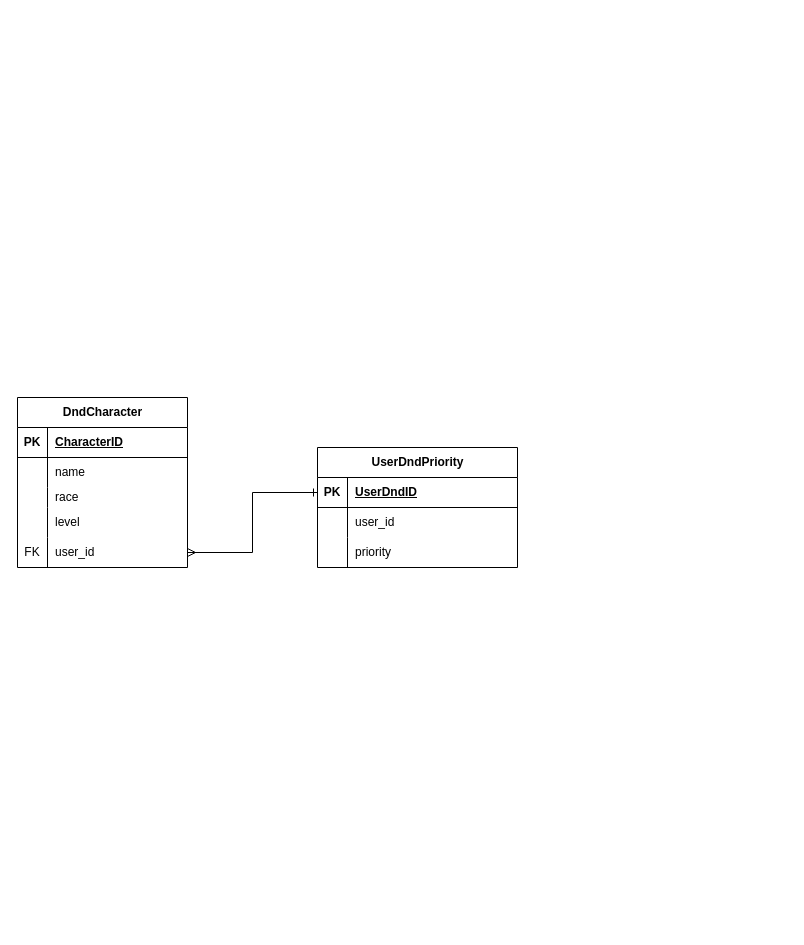
This is venv/Scripts/Тест.drawio from GooDDoGGoD/blog, a draw.io file, before an edit. Source tidied: cells renumbered, new cells numbered last; positions are measured from the earlier drawing's top-left corner, leaving out a move shared by most shapes. Both pictures are drawn from the tidied source at 100%, with x=0, y=0 at pixel (17, 397).
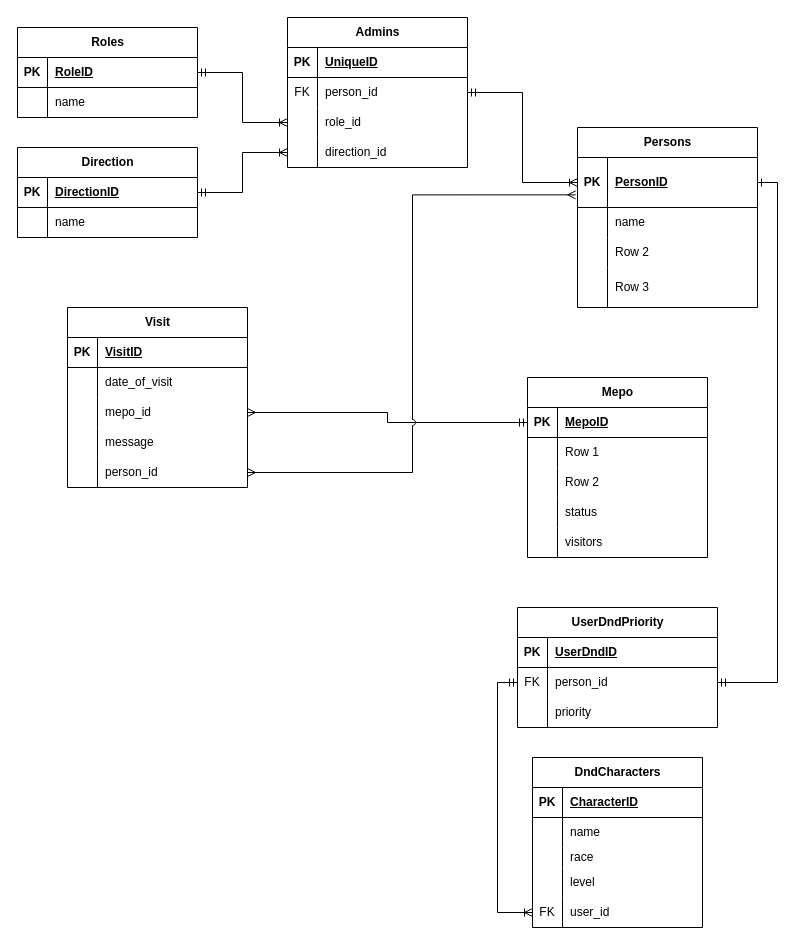
Above is the later version.

Unchanged cells that the change refers to:
```xml
<mxCell id="3" style="shape=tableRow;horizontal=0;startSize=0;swimlaneHead=0;swimlaneBody=0;fillColor=none;points=[[0,0.5],[1,0.5]];portConstraint=eastwest;top=0;left=0;right=0;bottom=1;" parent="2" vertex="1">
  <mxGeometry y="30" width="200" height="30" as="geometry" />
</mxCell>
<mxCell id="6" style="shape=tableRow;horizontal=0;startSize=0;swimlaneHead=0;swimlaneBody=0;fillColor=none;points=[[0,0.5],[1,0.5]];portConstraint=eastwest;top=0;left=0;right=0;bottom=0;" parent="2" vertex="1">
  <mxGeometry y="60" width="200" height="30" as="geometry" />
</mxCell>
<mxCell id="25" style="shape=tableRow;horizontal=0;startSize=0;swimlaneHead=0;swimlaneBody=0;fillColor=none;points=[[0,0.5],[1,0.5]];portConstraint=eastwest;top=0;left=0;right=0;bottom=0;" parent="12" vertex="1">
  <mxGeometry y="140" width="170" height="30" as="geometry" />
</mxCell>
```

The edit, as a diff of the source:
```diff
@@
     <mxCell id="2" value="UserDndPriority" style="shape=table;startSize=30;childLayout=tableLayout;rowLines=0;fontStyle=1;align=center;html=1;" parent="1" vertex="1">
-      <mxGeometry x="300" y="50" width="200" height="120" as="geometry" />
+      <mxGeometry x="500" y="210" width="200" height="120" as="geometry" />
     </mxCell>
@@
-    <mxCell id="7" style="shape=partialRectangle;fillColor=none;top=0;left=0;bottom=0;right=0;overflow=hidden;whiteSpace=wrap;html=1;" parent="6" vertex="1">
+    <mxCell id="7" value="FK" style="shape=partialRectangle;fillColor=none;top=0;left=0;bottom=0;right=0;overflow=hidden;whiteSpace=wrap;html=1;" parent="6" vertex="1">
       <mxGeometry width="30" height="30" as="geometry" />
     </mxCell>
-    <mxCell id="8" value="user_id" style="shape=partialRectangle;fillColor=none;top=0;left=0;bottom=0;right=0;align=left;spacingLeft=6;overflow=hidden;whiteSpace=wrap;html=1;" parent="6" vertex="1">
+    <mxCell id="8" value="person_id" style="shape=partialRectangle;fillColor=none;top=0;left=0;bottom=0;right=0;align=left;spacingLeft=6;overflow=hidden;whiteSpace=wrap;html=1;" parent="6" vertex="1">
       <mxGeometry x="30" width="170" height="30" as="geometry" />
     </mxCell>
@@
-    <mxCell id="12" value="DndCharacter" style="shape=table;startSize=30;childLayout=tableLayout;rowLines=0;fontStyle=1;align=center;html=1;" parent="1" vertex="1">
-      <mxGeometry width="170" height="170" as="geometry" />
+    <mxCell id="12" value="DndCharacters" style="shape=table;startSize=30;childLayout=tableLayout;rowLines=0;fontStyle=1;align=center;html=1;" parent="1" vertex="1">
+      <mxGeometry x="515" y="360" width="170" height="170" as="geometry" />
     </mxCell>
@@
-    <mxCell id="28" style="rounded=0;jettySize=auto;html=1;exitX=1;exitY=0.5;exitDx=0;exitDy=0;entryX=0;entryY=0.5;entryDx=0;entryDy=0;endArrow=ERone;endFill=0;edgeStyle=orthogonalEdgeStyle;jumpStyle=arc;startArrow=ERmany;startFill=0;" parent="1" edge="1" source="25" target="3">
-      <mxGeometry relative="1" as="geometry" />
-    </mxCell>
+    <mxCell id="29" value="Persons" style="shape=table;startSize=30;childLayout=tableLayout;rowLines=0;fontStyle=1;align=center;html=1;" parent="1" vertex="1">
+      <mxGeometry x="560" y="-270" width="180" height="180" as="geometry" />
+    </mxCell>
+    <mxCell id="30" style="shape=tableRow;horizontal=0;startSize=0;swimlaneHead=0;swimlaneBody=0;fillColor=none;points=[[0,0.5],[1,0.5]];portConstraint=eastwest;top=0;left=0;right=0;bottom=1;" parent="29" vertex="1">
+      <mxGeometry y="30" width="180" height="50" as="geometry" />
+    </mxCell>
+    <mxCell id="31" value="PK" style="shape=partialRectangle;fillColor=none;top=0;left=0;bottom=0;right=0;fontStyle=1;overflow=hidden;whiteSpace=wrap;html=1;" parent="30" vertex="1">
+      <mxGeometry width="30" height="50" as="geometry" />
+    </mxCell>
+    <mxCell id="32" value="PersonID" style="shape=partialRectangle;fillColor=none;top=0;left=0;bottom=0;right=0;align=left;spacingLeft=6;fontStyle=5;overflow=hidden;whiteSpace=wrap;html=1;" parent="30" vertex="1">
+      <mxGeometry x="30" width="150" height="50" as="geometry" />
+    </mxCell>
+    <mxCell id="33" style="shape=tableRow;horizontal=0;startSize=0;swimlaneHead=0;swimlaneBody=0;fillColor=none;top=0;left=0;right=0;bottom=0;" parent="29" vertex="1">
+      <mxGeometry y="80" width="180" height="30" as="geometry" />
+    </mxCell>
+    <mxCell id="34" style="shape=partialRectangle;fillColor=none;top=0;left=0;bottom=0;right=0;overflow=hidden;whiteSpace=wrap;html=1;" parent="33" vertex="1">
+      <mxGeometry width="30" height="30" as="geometry" />
+    </mxCell>
+    <mxCell id="35" value="name" style="shape=partialRectangle;fillColor=none;top=0;left=0;bottom=0;right=0;align=left;spacingLeft=6;overflow=hidden;whiteSpace=wrap;html=1;" parent="33" vertex="1">
+      <mxGeometry x="30" width="150" height="30" as="geometry" />
+    </mxCell>
+    <mxCell id="36" style="shape=tableRow;horizontal=0;startSize=0;swimlaneHead=0;swimlaneBody=0;fillColor=none;top=0;left=0;right=0;bottom=0;" parent="29" vertex="1">
+      <mxGeometry y="110" width="180" height="30" as="geometry" />
+    </mxCell>
+    <mxCell id="37" style="shape=partialRectangle;fillColor=none;top=0;left=0;bottom=0;right=0;overflow=hidden;whiteSpace=wrap;html=1;" parent="36" vertex="1">
+      <mxGeometry width="30" height="30" as="geometry" />
+    </mxCell>
+    <mxCell id="38" value="Row 2" style="shape=partialRectangle;fillColor=none;top=0;left=0;bottom=0;right=0;align=left;spacingLeft=6;overflow=hidden;whiteSpace=wrap;html=1;" parent="36" vertex="1">
+      <mxGeometry x="30" width="150" height="30" as="geometry" />
+    </mxCell>
+    <mxCell id="39" style="shape=tableRow;horizontal=0;startSize=0;swimlaneHead=0;swimlaneBody=0;fillColor=none;top=0;left=0;right=0;bottom=0;" parent="29" vertex="1">
+      <mxGeometry y="140" width="180" height="40" as="geometry" />
+    </mxCell>
+    <mxCell id="40" style="shape=partialRectangle;fillColor=none;top=0;left=0;bottom=0;right=0;overflow=hidden;whiteSpace=wrap;html=1;" parent="39" vertex="1">
+      <mxGeometry width="30" height="40" as="geometry" />
+    </mxCell>
+    <mxCell id="41" value="Row 3" style="shape=partialRectangle;fillColor=none;top=0;left=0;bottom=0;right=0;align=left;spacingLeft=6;overflow=hidden;whiteSpace=wrap;html=1;" parent="39" vertex="1">
+      <mxGeometry x="30" width="150" height="40" as="geometry" />
+    </mxCell>
+    <mxCell id="42" value="Roles" style="shape=table;startSize=30;childLayout=tableLayout;rowLines=0;fontStyle=1;align=center;html=1;" parent="1" vertex="1">
+      <mxGeometry y="-370" width="180" height="90" as="geometry" />
+    </mxCell>
+    <mxCell id="43" style="shape=tableRow;horizontal=0;startSize=0;swimlaneHead=0;swimlaneBody=0;fillColor=none;points=[[0,0.5],[1,0.5]];portConstraint=eastwest;top=0;left=0;right=0;bottom=1;" parent="42" vertex="1">
+      <mxGeometry y="30" width="180" height="30" as="geometry" />
+    </mxCell>
+    <mxCell id="44" value="PK" style="shape=partialRectangle;fillColor=none;top=0;left=0;bottom=0;right=0;fontStyle=1;overflow=hidden;whiteSpace=wrap;html=1;" parent="43" vertex="1">
+      <mxGeometry width="30" height="30" as="geometry" />
+    </mxCell>
+    <mxCell id="45" value="RoleID" style="shape=partialRectangle;fillColor=none;top=0;left=0;bottom=0;right=0;align=left;spacingLeft=6;fontStyle=5;overflow=hidden;whiteSpace=wrap;html=1;" parent="43" vertex="1">
+      <mxGeometry x="30" width="150" height="30" as="geometry" />
+    </mxCell>
+    <mxCell id="46" style="shape=tableRow;horizontal=0;startSize=0;swimlaneHead=0;swimlaneBody=0;fillColor=none;top=0;left=0;right=0;bottom=0;" parent="42" vertex="1">
+      <mxGeometry y="60" width="180" height="30" as="geometry" />
+    </mxCell>
+    <mxCell id="47" style="shape=partialRectangle;fillColor=none;top=0;left=0;bottom=0;right=0;overflow=hidden;whiteSpace=wrap;html=1;" parent="46" vertex="1">
+      <mxGeometry width="30" height="30" as="geometry" />
+    </mxCell>
+    <mxCell id="48" value="name" style="shape=partialRectangle;fillColor=none;top=0;left=0;bottom=0;right=0;align=left;spacingLeft=6;overflow=hidden;whiteSpace=wrap;html=1;" parent="46" vertex="1">
+      <mxGeometry x="30" width="150" height="30" as="geometry" />
+    </mxCell>
+    <mxCell id="49" value="Admins" style="shape=table;startSize=30;childLayout=tableLayout;rowLines=0;fontStyle=1;align=center;html=1;" parent="1" vertex="1">
+      <mxGeometry x="270" y="-380" width="180" height="150" as="geometry" />
+    </mxCell>
+    <mxCell id="50" style="shape=tableRow;horizontal=0;startSize=0;swimlaneHead=0;swimlaneBody=0;fillColor=none;top=0;left=0;right=0;bottom=1;" parent="49" vertex="1">
+      <mxGeometry y="30" width="180" height="30" as="geometry" />
+    </mxCell>
+    <mxCell id="51" value="PK" style="shape=partialRectangle;fillColor=none;top=0;left=0;bottom=0;right=0;fontStyle=1;overflow=hidden;whiteSpace=wrap;html=1;" parent="50" vertex="1">
+      <mxGeometry width="30" height="30" as="geometry" />
+    </mxCell>
+    <mxCell id="52" value="UniqueID" style="shape=partialRectangle;fillColor=none;top=0;left=0;bottom=0;right=0;align=left;spacingLeft=6;fontStyle=5;overflow=hidden;whiteSpace=wrap;html=1;" parent="50" vertex="1">
+      <mxGeometry x="30" width="150" height="30" as="geometry" />
+    </mxCell>
+    <mxCell id="53" style="shape=tableRow;horizontal=0;startSize=0;swimlaneHead=0;swimlaneBody=0;fillColor=none;points=[[0,0.5],[1,0.5]];portConstraint=eastwest;top=0;left=0;right=0;bottom=0;" parent="49" vertex="1">
+      <mxGeometry y="60" width="180" height="30" as="geometry" />
+    </mxCell>
+    <mxCell id="54" value="FK" style="shape=partialRectangle;fillColor=none;top=0;left=0;bottom=0;right=0;overflow=hidden;whiteSpace=wrap;html=1;" parent="53" vertex="1">
+      <mxGeometry width="30" height="30" as="geometry" />
+    </mxCell>
+    <mxCell id="55" value="person_id" style="shape=partialRectangle;fillColor=none;top=0;left=0;bottom=0;right=0;align=left;spacingLeft=6;overflow=hidden;whiteSpace=wrap;html=1;" parent="53" vertex="1">
+      <mxGeometry x="30" width="150" height="30" as="geometry" />
+    </mxCell>
+    <mxCell id="56" style="shape=tableRow;horizontal=0;startSize=0;swimlaneHead=0;swimlaneBody=0;fillColor=none;points=[[0,0.5],[1,0.5]];portConstraint=eastwest;top=0;left=0;right=0;bottom=0;" parent="49" vertex="1">
+      <mxGeometry y="90" width="180" height="30" as="geometry" />
+    </mxCell>
+    <mxCell id="57" style="shape=partialRectangle;fillColor=none;top=0;left=0;bottom=0;right=0;overflow=hidden;whiteSpace=wrap;html=1;" parent="56" vertex="1">
+      <mxGeometry width="30" height="30" as="geometry" />
+    </mxCell>
+    <mxCell id="58" value="role_id" style="shape=partialRectangle;fillColor=none;top=0;left=0;bottom=0;right=0;align=left;spacingLeft=6;overflow=hidden;whiteSpace=wrap;html=1;" parent="56" vertex="1">
+      <mxGeometry x="30" width="150" height="30" as="geometry" />
+    </mxCell>
+    <mxCell id="59" style="shape=tableRow;horizontal=0;startSize=0;swimlaneHead=0;swimlaneBody=0;fillColor=none;points=[[0,0.5],[1,0.5]];portConstraint=eastwest;top=0;left=0;right=0;bottom=0;" parent="49" vertex="1">
+      <mxGeometry y="120" width="180" height="30" as="geometry" />
+    </mxCell>
+    <mxCell id="60" style="shape=partialRectangle;fillColor=none;top=0;left=0;bottom=0;right=0;overflow=hidden;whiteSpace=wrap;html=1;" parent="59" vertex="1">
+      <mxGeometry width="30" height="30" as="geometry" />
+    </mxCell>
+    <mxCell id="61" value="direction_id" style="shape=partialRectangle;fillColor=none;top=0;left=0;bottom=0;right=0;align=left;spacingLeft=6;overflow=hidden;whiteSpace=wrap;html=1;" parent="59" vertex="1">
+      <mxGeometry x="30" width="150" height="30" as="geometry" />
+    </mxCell>
+    <mxCell id="62" value="Direction" style="shape=table;startSize=30;childLayout=tableLayout;rowLines=0;fontStyle=1;align=center;html=1;" parent="1" vertex="1">
+      <mxGeometry y="-250" width="180" height="90" as="geometry" />
+    </mxCell>
+    <mxCell id="63" style="shape=tableRow;horizontal=0;startSize=0;swimlaneHead=0;swimlaneBody=0;fillColor=none;points=[[0,0.5],[1,0.5]];portConstraint=eastwest;top=0;left=0;right=0;bottom=1;" parent="62" vertex="1">
+      <mxGeometry y="30" width="180" height="30" as="geometry" />
+    </mxCell>
+    <mxCell id="64" value="PK" style="shape=partialRectangle;fillColor=none;top=0;left=0;bottom=0;right=0;fontStyle=1;overflow=hidden;whiteSpace=wrap;html=1;" parent="63" vertex="1">
+      <mxGeometry width="30" height="30" as="geometry" />
+    </mxCell>
+    <mxCell id="65" value="DirectionID" style="shape=partialRectangle;fillColor=none;top=0;left=0;bottom=0;right=0;align=left;spacingLeft=6;fontStyle=5;overflow=hidden;whiteSpace=wrap;html=1;" parent="63" vertex="1">
+      <mxGeometry x="30" width="150" height="30" as="geometry" />
+    </mxCell>
+    <mxCell id="66" style="shape=tableRow;horizontal=0;startSize=0;swimlaneHead=0;swimlaneBody=0;fillColor=none;top=0;left=0;right=0;bottom=0;" parent="62" vertex="1">
+      <mxGeometry y="60" width="180" height="30" as="geometry" />
+    </mxCell>
+    <mxCell id="67" style="shape=partialRectangle;fillColor=none;top=0;left=0;bottom=0;right=0;overflow=hidden;whiteSpace=wrap;html=1;" parent="66" vertex="1">
+      <mxGeometry width="30" height="30" as="geometry" />
+    </mxCell>
+    <mxCell id="68" value="name" style="shape=partialRectangle;fillColor=none;top=0;left=0;bottom=0;right=0;align=left;spacingLeft=6;overflow=hidden;whiteSpace=wrap;html=1;" parent="66" vertex="1">
+      <mxGeometry x="30" width="150" height="30" as="geometry" />
+    </mxCell>
+    <mxCell id="69" style="edgeStyle=orthogonalEdgeStyle;rounded=0;jettySize=auto;html=1;exitX=1;exitY=0.5;exitDx=0;exitDy=0;entryX=0;entryY=0.5;entryDx=0;entryDy=0;endArrow=ERoneToMany;endFill=0;startArrow=ERmandOne;startFill=0;verticalAlign=middle;jumpStyle=arc;" parent="1" edge="1" source="53" target="30">
+      <mxGeometry relative="1" as="geometry" />
+    </mxCell>
+    <mxCell id="70" style="edgeStyle=orthogonalEdgeStyle;rounded=0;jettySize=auto;html=1;exitX=1;exitY=0.5;exitDx=0;exitDy=0;entryX=0;entryY=0.5;entryDx=0;entryDy=0;endArrow=ERoneToMany;endFill=0;startArrow=ERmandOne;startFill=0;" parent="1" edge="1" source="63" target="59">
+      <mxGeometry relative="1" as="geometry" />
+    </mxCell>
+    <mxCell id="71" style="edgeStyle=orthogonalEdgeStyle;rounded=0;jettySize=auto;html=1;exitX=1;exitY=0.5;exitDx=0;exitDy=0;endArrow=ERoneToMany;endFill=0;startArrow=ERmandOne;startFill=0;" parent="1" edge="1" source="43" target="56">
+      <mxGeometry relative="1" as="geometry" />
+    </mxCell>
+    <mxCell id="72" style="edgeStyle=orthogonalEdgeStyle;rounded=0;jettySize=auto;html=1;exitX=1;exitY=0.5;exitDx=0;exitDy=0;startArrow=ERmandOne;startFill=0;endArrow=ERone;endFill=0;entryX=1;entryY=0.5;entryDx=0;entryDy=0;" parent="1" edge="1" source="6" target="30">
+      <mxGeometry relative="1" as="geometry" />
+    </mxCell>
+    <mxCell id="73" value="Visit" style="shape=table;startSize=30;childLayout=tableLayout;rowLines=0;fontStyle=1;align=center;html=1;" parent="1" vertex="1">
+      <mxGeometry x="50" y="-90" width="180" height="180" as="geometry" />
+    </mxCell>
+    <mxCell id="74" style="shape=tableRow;horizontal=0;startSize=0;swimlaneHead=0;swimlaneBody=0;fillColor=none;top=0;left=0;right=0;bottom=1;" parent="73" vertex="1">
+      <mxGeometry y="30" width="180" height="30" as="geometry" />
+    </mxCell>
+    <mxCell id="75" value="PK" style="shape=partialRectangle;fillColor=none;top=0;left=0;bottom=0;right=0;fontStyle=1;overflow=hidden;whiteSpace=wrap;html=1;" parent="74" vertex="1">
+      <mxGeometry width="30" height="30" as="geometry" />
+    </mxCell>
+    <mxCell id="76" value="VisitID" style="shape=partialRectangle;fillColor=none;top=0;left=0;bottom=0;right=0;align=left;spacingLeft=6;fontStyle=5;overflow=hidden;whiteSpace=wrap;html=1;" parent="74" vertex="1">
+      <mxGeometry x="30" width="150" height="30" as="geometry" />
+    </mxCell>
+    <mxCell id="77" style="shape=tableRow;horizontal=0;startSize=0;swimlaneHead=0;swimlaneBody=0;fillColor=none;top=0;left=0;right=0;bottom=0;" parent="73" vertex="1">
+      <mxGeometry y="60" width="180" height="30" as="geometry" />
+    </mxCell>
+    <mxCell id="78" style="shape=partialRectangle;fillColor=none;top=0;left=0;bottom=0;right=0;overflow=hidden;whiteSpace=wrap;html=1;" parent="77" vertex="1">
+      <mxGeometry width="30" height="30" as="geometry" />
+    </mxCell>
+    <mxCell id="79" value="date_of_visit" style="shape=partialRectangle;fillColor=none;top=0;left=0;bottom=0;right=0;align=left;spacingLeft=6;overflow=hidden;whiteSpace=wrap;html=1;" parent="77" vertex="1">
+      <mxGeometry x="30" width="150" height="30" as="geometry" />
+    </mxCell>
+    <mxCell id="80" style="shape=tableRow;horizontal=0;startSize=0;swimlaneHead=0;swimlaneBody=0;fillColor=none;points=[[0,0.5],[1,0.5]];portConstraint=eastwest;top=0;left=0;right=0;bottom=0;" parent="73" vertex="1">
+      <mxGeometry y="90" width="180" height="30" as="geometry" />
+    </mxCell>
+    <mxCell id="81" style="shape=partialRectangle;fillColor=none;top=0;left=0;bottom=0;right=0;overflow=hidden;whiteSpace=wrap;html=1;" parent="80" vertex="1">
+      <mxGeometry width="30" height="30" as="geometry" />
+    </mxCell>
+    <mxCell id="82" value="mepo_id" style="shape=partialRectangle;fillColor=none;top=0;left=0;bottom=0;right=0;align=left;spacingLeft=6;overflow=hidden;whiteSpace=wrap;html=1;" parent="80" vertex="1">
+      <mxGeometry x="30" width="150" height="30" as="geometry" />
+    </mxCell>
+    <mxCell id="83" style="shape=tableRow;horizontal=0;startSize=0;swimlaneHead=0;swimlaneBody=0;fillColor=none;top=0;left=0;right=0;bottom=0;" parent="73" vertex="1">
+      <mxGeometry y="120" width="180" height="30" as="geometry" />
+    </mxCell>
+    <mxCell id="84" style="shape=partialRectangle;fillColor=none;top=0;left=0;bottom=0;right=0;overflow=hidden;whiteSpace=wrap;html=1;" parent="83" vertex="1">
+      <mxGeometry width="30" height="30" as="geometry" />
+    </mxCell>
+    <mxCell id="85" value="message" style="shape=partialRectangle;fillColor=none;top=0;left=0;bottom=0;right=0;align=left;spacingLeft=6;overflow=hidden;whiteSpace=wrap;html=1;" parent="83" vertex="1">
+      <mxGeometry x="30" width="150" height="30" as="geometry" />
+    </mxCell>
+    <mxCell id="86" style="shape=tableRow;horizontal=0;startSize=0;swimlaneHead=0;swimlaneBody=0;fillColor=none;points=[[0,0.5],[1,0.5]];portConstraint=eastwest;top=0;left=0;right=0;bottom=0;" parent="73" vertex="1">
+      <mxGeometry y="150" width="180" height="30" as="geometry" />
+    </mxCell>
+    <mxCell id="87" style="shape=partialRectangle;fillColor=none;top=0;left=0;bottom=0;right=0;overflow=hidden;whiteSpace=wrap;html=1;" parent="86" vertex="1">
+      <mxGeometry width="30" height="30" as="geometry" />
+    </mxCell>
+    <mxCell id="88" value="person_id" style="shape=partialRectangle;fillColor=none;top=0;left=0;bottom=0;right=0;align=left;spacingLeft=6;overflow=hidden;whiteSpace=wrap;html=1;" parent="86" vertex="1">
+      <mxGeometry x="30" width="150" height="30" as="geometry" />
+    </mxCell>
+    <mxCell id="89" value="Mepo" style="shape=table;startSize=30;childLayout=tableLayout;rowLines=0;fontStyle=1;align=center;html=1;" parent="1" vertex="1">
+      <mxGeometry x="510" y="-20" width="180" height="180" as="geometry" />
+    </mxCell>
+    <mxCell id="90" style="shape=tableRow;horizontal=0;startSize=0;swimlaneHead=0;swimlaneBody=0;fillColor=none;points=[[0,0.5],[1,0.5]];portConstraint=eastwest;top=0;left=0;right=0;bottom=1;" parent="89" vertex="1">
+      <mxGeometry y="30" width="180" height="30" as="geometry" />
+    </mxCell>
+    <mxCell id="91" value="PK" style="shape=partialRectangle;fillColor=none;top=0;left=0;bottom=0;right=0;fontStyle=1;overflow=hidden;whiteSpace=wrap;html=1;" parent="90" vertex="1">
+      <mxGeometry width="30" height="30" as="geometry" />
+    </mxCell>
+    <mxCell id="92" value="MepoID" style="shape=partialRectangle;fillColor=none;top=0;left=0;bottom=0;right=0;align=left;spacingLeft=6;fontStyle=5;overflow=hidden;whiteSpace=wrap;html=1;" parent="90" vertex="1">
+      <mxGeometry x="30" width="150" height="30" as="geometry" />
+    </mxCell>
+    <mxCell id="93" style="shape=tableRow;horizontal=0;startSize=0;swimlaneHead=0;swimlaneBody=0;fillColor=none;top=0;left=0;right=0;bottom=0;" parent="89" vertex="1">
+      <mxGeometry y="60" width="180" height="30" as="geometry" />
+    </mxCell>
+    <mxCell id="94" style="shape=partialRectangle;fillColor=none;top=0;left=0;bottom=0;right=0;overflow=hidden;whiteSpace=wrap;html=1;" parent="93" vertex="1">
+      <mxGeometry width="30" height="30" as="geometry" />
+    </mxCell>
+    <mxCell id="95" value="Row 1" style="shape=partialRectangle;fillColor=none;top=0;left=0;bottom=0;right=0;align=left;spacingLeft=6;overflow=hidden;whiteSpace=wrap;html=1;" parent="93" vertex="1">
+      <mxGeometry x="30" width="150" height="30" as="geometry" />
+    </mxCell>
+    <mxCell id="96" style="shape=tableRow;horizontal=0;startSize=0;swimlaneHead=0;swimlaneBody=0;fillColor=none;top=0;left=0;right=0;bottom=0;" parent="89" vertex="1">
+      <mxGeometry y="90" width="180" height="30" as="geometry" />
+    </mxCell>
+    <mxCell id="97" style="shape=partialRectangle;fillColor=none;top=0;left=0;bottom=0;right=0;overflow=hidden;whiteSpace=wrap;html=1;" parent="96" vertex="1">
+      <mxGeometry width="30" height="30" as="geometry" />
+    </mxCell>
+    <mxCell id="98" value="Row 2" style="shape=partialRectangle;fillColor=none;top=0;left=0;bottom=0;right=0;align=left;spacingLeft=6;overflow=hidden;whiteSpace=wrap;html=1;" parent="96" vertex="1">
+      <mxGeometry x="30" width="150" height="30" as="geometry" />
+    </mxCell>
+    <mxCell id="99" style="shape=tableRow;horizontal=0;startSize=0;swimlaneHead=0;swimlaneBody=0;fillColor=none;top=0;left=0;right=0;bottom=0;" parent="89" vertex="1">
+      <mxGeometry y="120" width="180" height="30" as="geometry" />
+    </mxCell>
+    <mxCell id="100" style="shape=partialRectangle;fillColor=none;top=0;left=0;bottom=0;right=0;overflow=hidden;whiteSpace=wrap;html=1;" parent="99" vertex="1">
+      <mxGeometry width="30" height="30" as="geometry" />
+    </mxCell>
+    <mxCell id="101" value="status" style="shape=partialRectangle;fillColor=none;top=0;left=0;bottom=0;right=0;align=left;spacingLeft=6;overflow=hidden;whiteSpace=wrap;html=1;" parent="99" vertex="1">
+      <mxGeometry x="30" width="150" height="30" as="geometry" />
+    </mxCell>
+    <mxCell id="102" style="shape=tableRow;horizontal=0;startSize=0;swimlaneHead=0;swimlaneBody=0;fillColor=none;top=0;left=0;right=0;bottom=0;" parent="89" vertex="1">
+      <mxGeometry y="150" width="180" height="30" as="geometry" />
+    </mxCell>
+    <mxCell id="103" style="shape=partialRectangle;fillColor=none;top=0;left=0;bottom=0;right=0;overflow=hidden;whiteSpace=wrap;html=1;" parent="102" vertex="1">
+      <mxGeometry width="30" height="30" as="geometry" />
+    </mxCell>
+    <mxCell id="104" value="visitors" style="shape=partialRectangle;fillColor=none;top=0;left=0;bottom=0;right=0;align=left;spacingLeft=6;overflow=hidden;whiteSpace=wrap;html=1;" parent="102" vertex="1">
+      <mxGeometry x="30" width="150" height="30" as="geometry" />
+    </mxCell>
+    <mxCell id="105" style="edgeStyle=orthogonalEdgeStyle;rounded=0;jettySize=auto;html=1;entryX=0;entryY=0.5;entryDx=0;entryDy=0;startArrow=ERmany;startFill=0;endArrow=ERmandOne;endFill=0;jumpStyle=arc;" parent="1" edge="1" source="80" target="90">
+      <mxGeometry relative="1" as="geometry" />
+    </mxCell>
+    <mxCell id="106" style="edgeStyle=orthogonalEdgeStyle;rounded=0;jettySize=auto;html=1;entryX=-0.01;entryY=0.747;entryDx=0;entryDy=0;entryPerimeter=0;startArrow=ERmany;startFill=0;endArrow=ERmany;endFill=0;jumpStyle=arc;" parent="1" edge="1" source="86" target="30">
+      <mxGeometry relative="1" as="geometry" />
+    </mxCell>
+    <mxCell id="107" style="edgeStyle=orthogonalEdgeStyle;rounded=0;jettySize=auto;html=1;entryX=0;entryY=0.5;entryDx=0;entryDy=0;endArrow=ERoneToMany;endFill=0;startArrow=ERmandOne;startFill=0;" parent="1" edge="1" source="6" target="25">
+      <mxGeometry relative="1" as="geometry" />
+    </mxCell>
```
